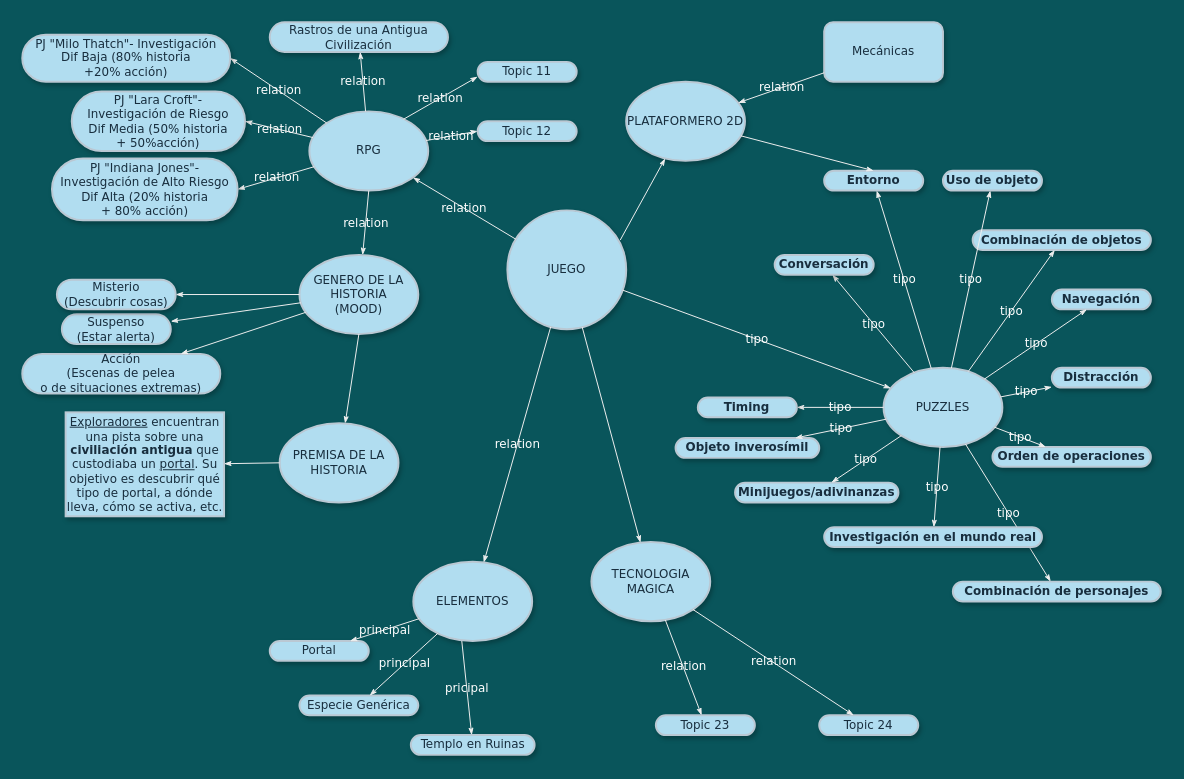
Before: page "Page-1" (1 of 2) of mental_map_worldbuilding.drawio in aixairupe/DiagramasRPG, a draw.io diagram. Source tidied: cells renumbered, new cells numbered last; positions are measured from the earlier drawing's top-left corner, leaving out a move shared by most shapes. Both pictures are drawn from the tidied source at 99%, with x=0, y=0 at pixel (22, 22).
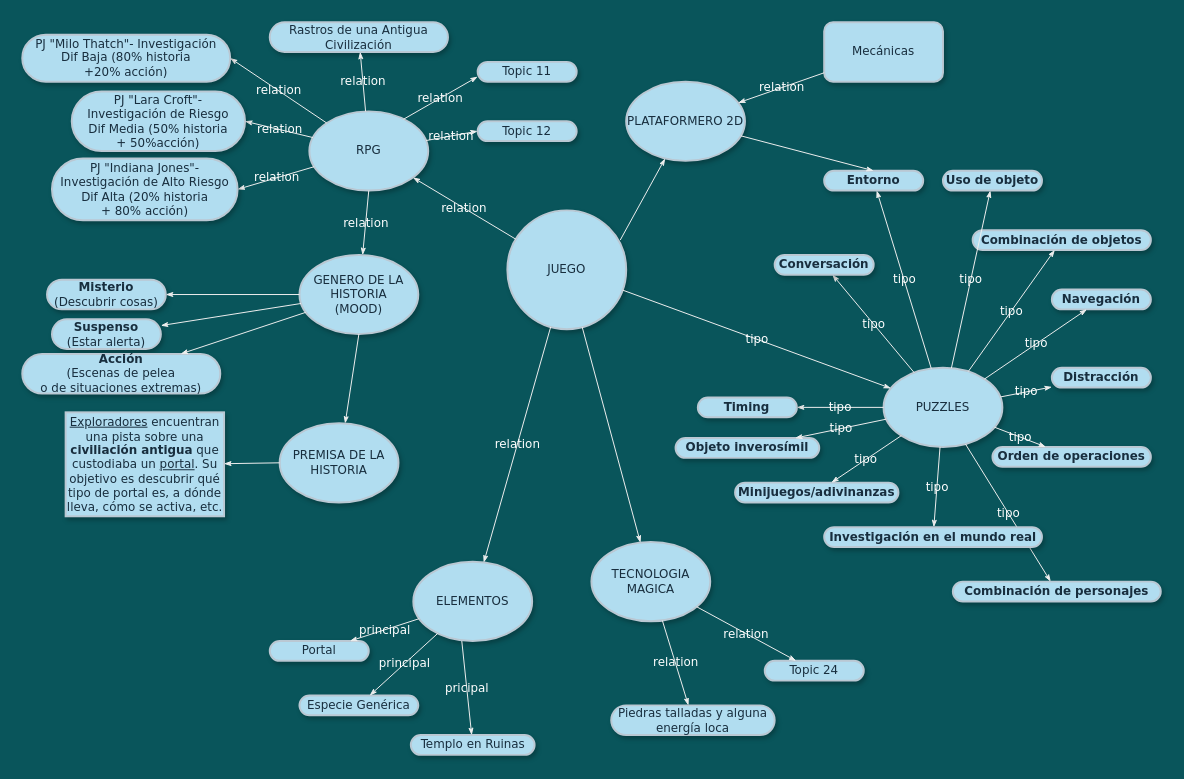
The same diagram, later.

The edit, as a diff of the source:
```diff
@@
-    <mxCell id="9" value="Suspenso&lt;br&gt;(Estar alerta)" style="whiteSpace=wrap;html=1;rounded=1;shadow=1;comic=0;labelBackgroundColor=none;strokeWidth=2;fontFamily=Verdana;fontSize=12;align=center;arcSize=50;fillColor=#B1DDF0;strokeColor=#BAC8D3;fontColor=#182E3E;" parent="1" vertex="1">
-      <mxGeometry x="40" y="295" width="110" height="30" as="geometry" />
+    <mxCell id="9" value="&lt;b&gt;Suspenso&lt;/b&gt;&lt;br&gt;(Estar alerta)" style="whiteSpace=wrap;html=1;rounded=1;shadow=1;comic=0;labelBackgroundColor=none;strokeWidth=2;fontFamily=Verdana;fontSize=12;align=center;arcSize=50;fillColor=#B1DDF0;strokeColor=#BAC8D3;fontColor=#182E3E;" parent="1" vertex="1">
+      <mxGeometry x="30" y="300" width="110" height="30" as="geometry" />
     </mxCell>
-    <mxCell id="10" value="Acción&lt;br&gt;(Escenas de pelea&lt;br&gt;o de situaciones extremas)" style="whiteSpace=wrap;html=1;rounded=1;shadow=1;comic=0;labelBackgroundColor=none;strokeWidth=2;fontFamily=Verdana;fontSize=12;align=center;arcSize=50;fillColor=#B1DDF0;strokeColor=#BAC8D3;fontColor=#182E3E;" parent="1" vertex="1">
+    <mxCell id="10" value="&lt;b&gt;Acción&lt;/b&gt;&lt;br&gt;(Escenas de pelea&lt;br&gt;o de situaciones extremas)" style="whiteSpace=wrap;html=1;rounded=1;shadow=1;comic=0;labelBackgroundColor=none;strokeWidth=2;fontFamily=Verdana;fontSize=12;align=center;arcSize=50;fillColor=#B1DDF0;strokeColor=#BAC8D3;fontColor=#182E3E;" parent="1" vertex="1">
       <mxGeometry y="335" width="200" height="40" as="geometry" />
     </mxCell>
@@
-    <mxCell id="16" value="Misterio&lt;br&gt;(Descubrir cosas)" style="whiteSpace=wrap;html=1;rounded=1;shadow=1;comic=0;labelBackgroundColor=none;strokeWidth=2;fontFamily=Verdana;fontSize=12;align=center;arcSize=50;fillColor=#B1DDF0;strokeColor=#BAC8D3;fontColor=#182E3E;" parent="1" vertex="1">
-      <mxGeometry x="35" y="260" width="120" height="30" as="geometry" />
+    <mxCell id="16" value="&lt;b&gt;Misterio&lt;/b&gt;&lt;br&gt;(Descubrir cosas)" style="whiteSpace=wrap;html=1;rounded=1;shadow=1;comic=0;labelBackgroundColor=none;strokeWidth=2;fontFamily=Verdana;fontSize=12;align=center;arcSize=50;fillColor=#B1DDF0;strokeColor=#BAC8D3;fontColor=#182E3E;" parent="1" vertex="1">
+      <mxGeometry x="25" y="260" width="120" height="30" as="geometry" />
     </mxCell>
@@
     <mxCell id="36" value="&lt;span&gt;Topic 24&lt;/span&gt;" style="whiteSpace=wrap;html=1;rounded=1;shadow=1;comic=0;labelBackgroundColor=none;strokeWidth=2;fontFamily=Verdana;fontSize=12;align=center;arcSize=50;fillColor=#B1DDF0;strokeColor=#BAC8D3;fontColor=#182E3E;" parent="1" vertex="1">
-      <mxGeometry x="805" y="700" width="100" height="20" as="geometry" />
+      <mxGeometry x="750" y="645" width="100" height="20" as="geometry" />
     </mxCell>
-    <mxCell id="37" value="&lt;span&gt;Topic 23&lt;/span&gt;" style="whiteSpace=wrap;html=1;rounded=1;shadow=1;comic=0;labelBackgroundColor=none;strokeWidth=2;fontFamily=Verdana;fontSize=12;align=center;arcSize=50;fillColor=#B1DDF0;strokeColor=#BAC8D3;fontColor=#182E3E;" parent="1" vertex="1">
-      <mxGeometry x="640" y="700" width="100" height="20" as="geometry" />
+    <mxCell id="37" value="Piedras talladas y alguna energía loca" style="whiteSpace=wrap;html=1;rounded=1;shadow=1;comic=0;labelBackgroundColor=none;strokeWidth=2;fontFamily=Verdana;fontSize=12;align=center;arcSize=50;fillColor=#B1DDF0;strokeColor=#BAC8D3;fontColor=#182E3E;" parent="1" vertex="1">
+      <mxGeometry x="594.9" y="690" width="165.1" height="30" as="geometry" />
     </mxCell>
@@
-    <mxCell id="67" value="&lt;u&gt;Exploradores&lt;/u&gt; encuentran una pista sobre una &lt;b&gt;civiliación antigua&lt;/b&gt; que custodiaba un &lt;u&gt;portal&lt;/u&gt;. Su objetivo es descubrir qué tipo de portal, a dónde lleva, cómo se activa, etc." style="whiteSpace=wrap;html=1;rounded=0;shadow=1;comic=0;labelBackgroundColor=none;strokeWidth=2;fontFamily=Verdana;fontSize=12;align=center;arcSize=50;fillColor=#B1DDF0;strokeColor=#BAC8D3;fontColor=#182E3E;" parent="1" vertex="1">
+    <mxCell id="67" value="&lt;u&gt;Exploradores&lt;/u&gt; encuentran una pista sobre una &lt;b&gt;civiliación antigua&lt;/b&gt; que custodiaba un &lt;u&gt;portal&lt;/u&gt;. Su objetivo es descubrir qué tipo de portal es, a dónde lleva, cómo se activa, etc." style="whiteSpace=wrap;html=1;rounded=0;shadow=1;comic=0;labelBackgroundColor=none;strokeWidth=2;fontFamily=Verdana;fontSize=12;align=center;arcSize=50;fillColor=#B1DDF0;strokeColor=#BAC8D3;fontColor=#182E3E;" parent="1" vertex="1">
       <mxGeometry x="43.8" y="394" width="160" height="105" as="geometry" />
     </mxCell>
```
